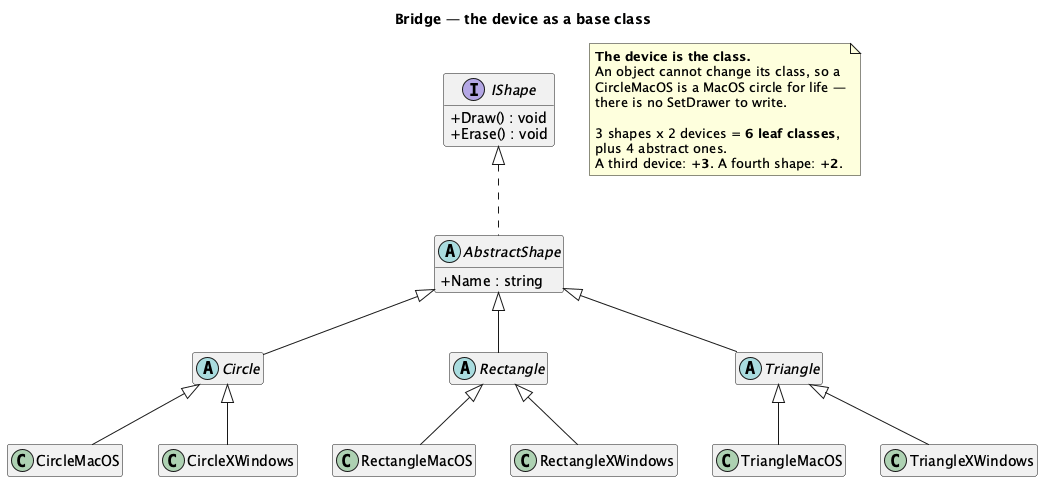
kaldiroglu/DesignPatternsWithCSharp keeps this PlantUML diagram as Bridge/src/Bridge/Shape/Problem/uml/Bridge - Shape (Problem) - Class Diagram.png. Above is the earlier version. Its source is kept beside it as Bridge/src/Bridge/Shape/Problem/uml/Bridge - Shape (Problem) - Class Diagram.puml. The source it was exported from:
```plantuml
@startuml "Bridge - Shape (Problem) - Class Diagram"
skinparam classAttributeIconSize 0
hide empty members
title Bridge — the device as a base class


interface IShape {
  + Draw() : void
  + Erase() : void
}

abstract class AbstractShape {
  + Name : string
}

abstract class Circle
abstract class Rectangle
abstract class Triangle

class CircleMacOS
class CircleXWindows
class RectangleMacOS
class RectangleXWindows
class TriangleMacOS
class TriangleXWindows

IShape <|.. AbstractShape
AbstractShape <|-- Circle
AbstractShape <|-- Rectangle
AbstractShape <|-- Triangle
Circle <|-- CircleMacOS
Circle <|-- CircleXWindows
Rectangle <|-- RectangleMacOS
Rectangle <|-- RectangleXWindows
Triangle <|-- TriangleMacOS
Triangle <|-- TriangleXWindows

note as N1
  <b>The device is the class.</b>
  An object cannot change its class, so a
  CircleMacOS is a MacOS circle for life —
  there is no SetDrawer to write.

  3 shapes x 2 devices = <b>6 leaf classes</b>,
  plus 4 abstract ones.
  A third device: <b>+3</b>. A fourth shape: <b>+2</b>.
end note

@enduml
```
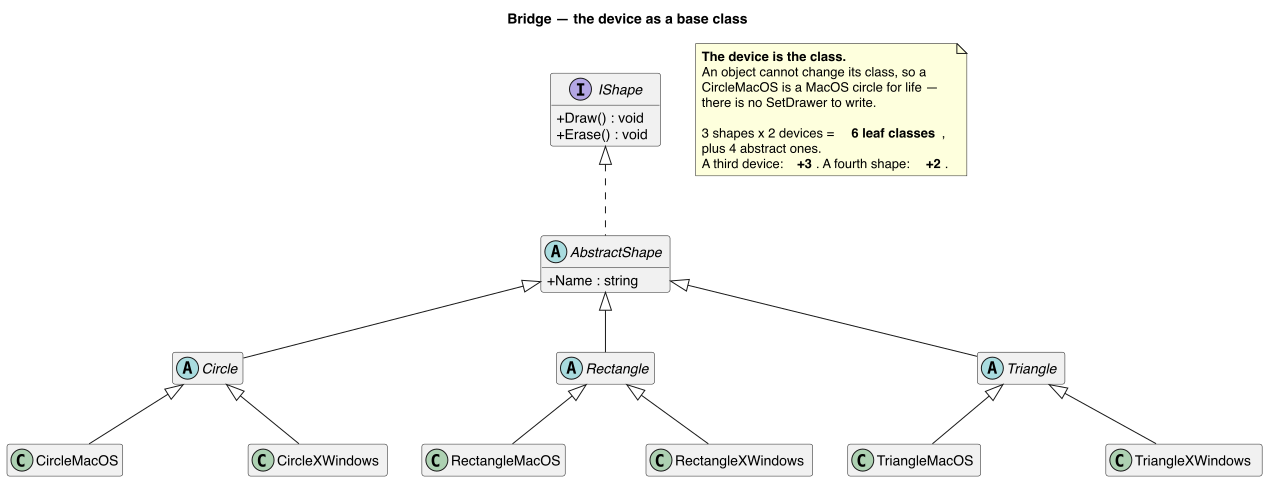
The same diagram one commit later.

The edit, as a diff of the source:
```diff
@@ -1,4 +1,12 @@
 @startuml "Bridge - Shape (Problem) - Class Diagram"
+skinparam linetype polyline
+skinparam class {
+  BackgroundColor<<spacer>> transparent
+  BorderColor<<spacer>> transparent
+  FontColor<<spacer>> transparent
+}
+hide <<spacer>> stereotype
+hide <<spacer>> circle
 skinparam classAttributeIconSize 0
 hide empty members
 title Bridge — the device as a base class
@@ -46,4 +54,31 @@
   A third device: <b>+3</b>. A fourth shape: <b>+2</b>.
 end note
 
+AbstractShape -[hidden]- Rectangle
+AbstractShape -[hidden]- Rectangle
+Circle -[hidden]right- Rectangle
+Rectangle -[hidden]right- Triangle
+class " " as Spacer1 <<spacer>>
+Circle -[hidden]- Spacer1
+Circle -[hidden]- Spacer1
+CircleMacOS -[hidden]right- Spacer1
+Spacer1 -[hidden]right- CircleXWindows
+class " " as Spacer2 <<spacer>>
+Rectangle -[hidden]- Spacer2
+Rectangle -[hidden]- Spacer2
+RectangleMacOS -[hidden]right- Spacer2
+Spacer2 -[hidden]right- RectangleXWindows
+class " " as Spacer3 <<spacer>>
+Triangle -[hidden]- Spacer3
+Triangle -[hidden]- Spacer3
+TriangleMacOS -[hidden]right- Spacer3
+Spacer3 -[hidden]right- TriangleXWindows
+class " " as Spacer66 <<spacer>>
+Circle -[hidden]- Spacer66
+CircleMacOS -[hidden]right- Spacer66
+Spacer66 -[hidden]right- CircleXWindows
+class " " as Spacer67 <<spacer>>
+Triangle -[hidden]- Spacer67
+TriangleMacOS -[hidden]right- Spacer67
+Spacer67 -[hidden]right- TriangleXWindows
 @enduml
```
